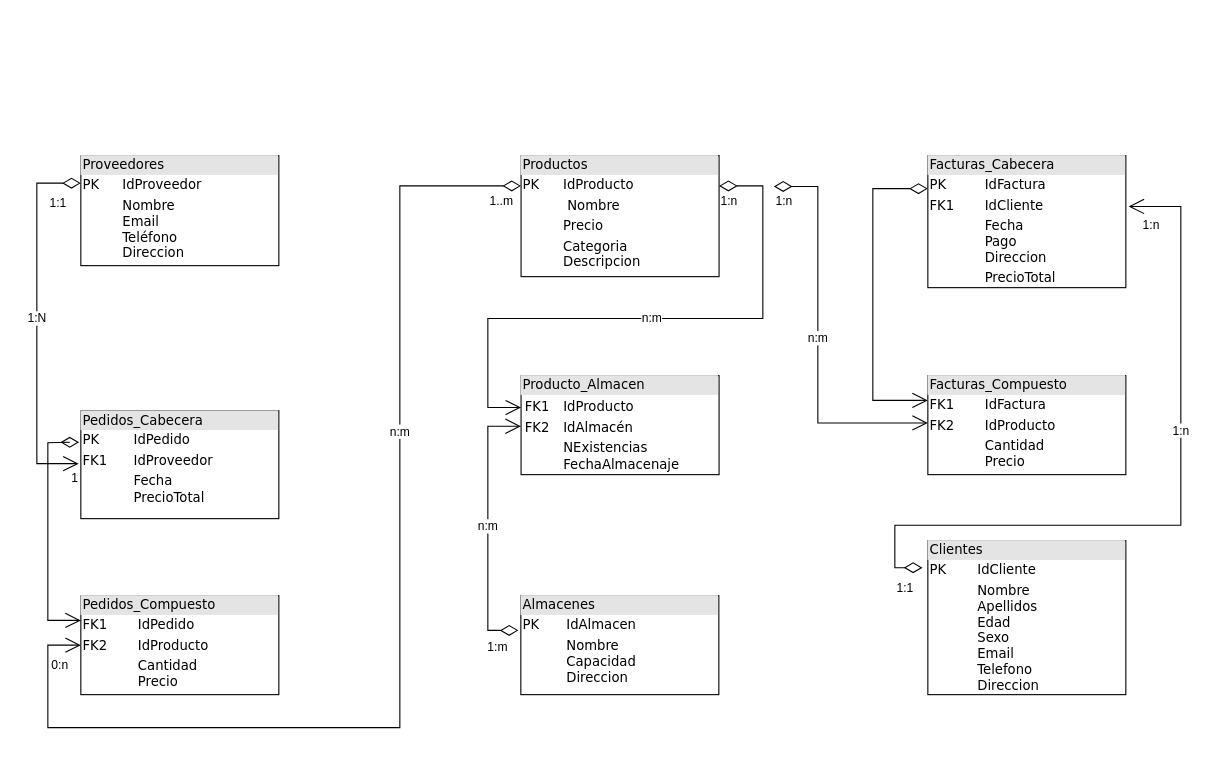
huertin03/ERP-HardSpot keeps this draw.io diagram as ModeloIdentidadRelacionUML.drawio. Above is the earlier version. Source tidied: cells renumbered, new cells numbered last; positions are measured from the earlier drawing's top-left corner, leaving out a move shared by most shapes. Both pictures are drawn from the tidied source at 110%, with x=0, y=0 at pixel (36, 155).
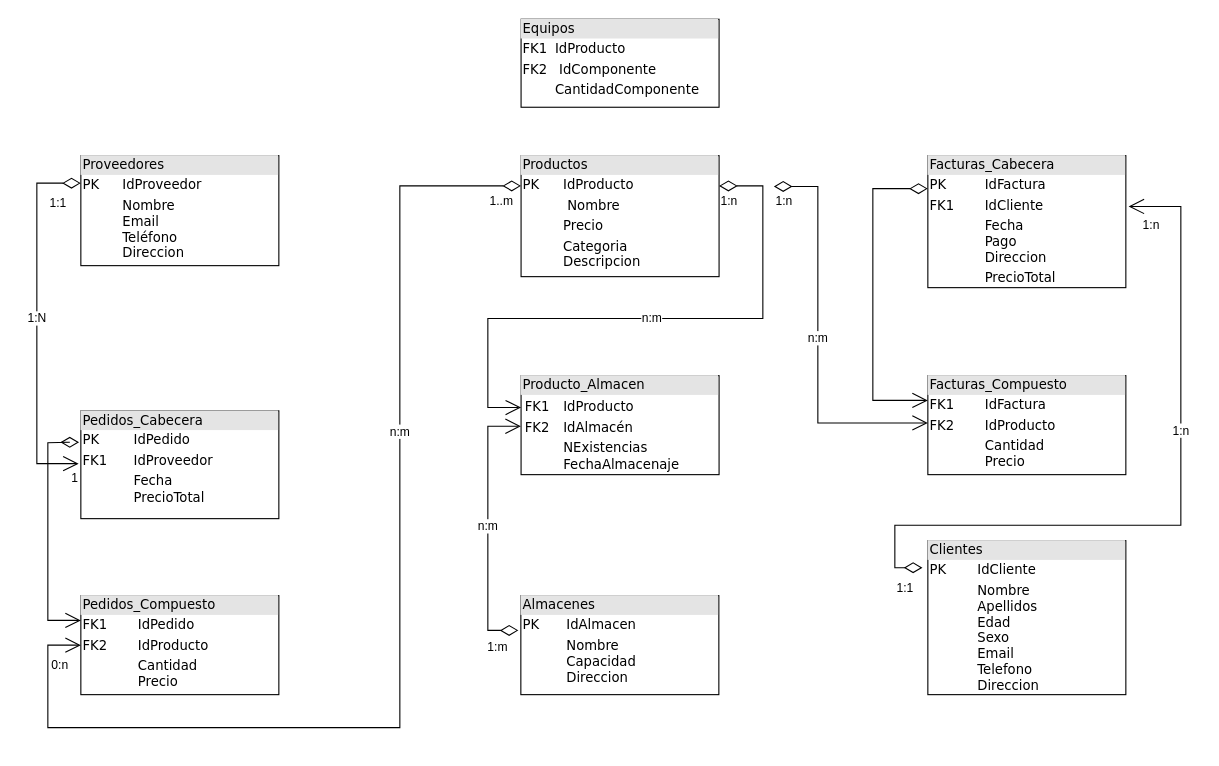
Above is the later version.

Change to the diagram source:
```diff
@@
+    <mxCell id="28" value="&lt;div style=&quot;box-sizing: border-box ; width: 100% ; background: #e4e4e4 ; padding: 2px&quot;&gt;Equipos&lt;/div&gt;&lt;table style=&quot;width: 100% ; font-size: 1em&quot; cellpadding=&quot;2&quot; cellspacing=&quot;0&quot;&gt;&lt;tbody&gt;&lt;tr&gt;&lt;td&gt;FK1&lt;/td&gt;&lt;td&gt;IdProducto&lt;/td&gt;&lt;/tr&gt;&lt;tr&gt;&lt;td&gt;FK2&lt;/td&gt;&lt;td&gt;&amp;nbsp;IdComponente&lt;/td&gt;&lt;/tr&gt;&lt;tr&gt;&lt;td&gt;&lt;/td&gt;&lt;td&gt;CantidadComponente&lt;/td&gt;&lt;/tr&gt;&lt;/tbody&gt;&lt;/table&gt;" style="verticalAlign=top;align=left;overflow=fill;html=1;rounded=0;shadow=0;comic=0;labelBackgroundColor=none;strokeWidth=1;fontFamily=Verdana;fontSize=12;" parent="1" vertex="1">
+      <mxGeometry x="440.2" y="-124" width="180" height="80" as="geometry" />
+    </mxCell>
```
